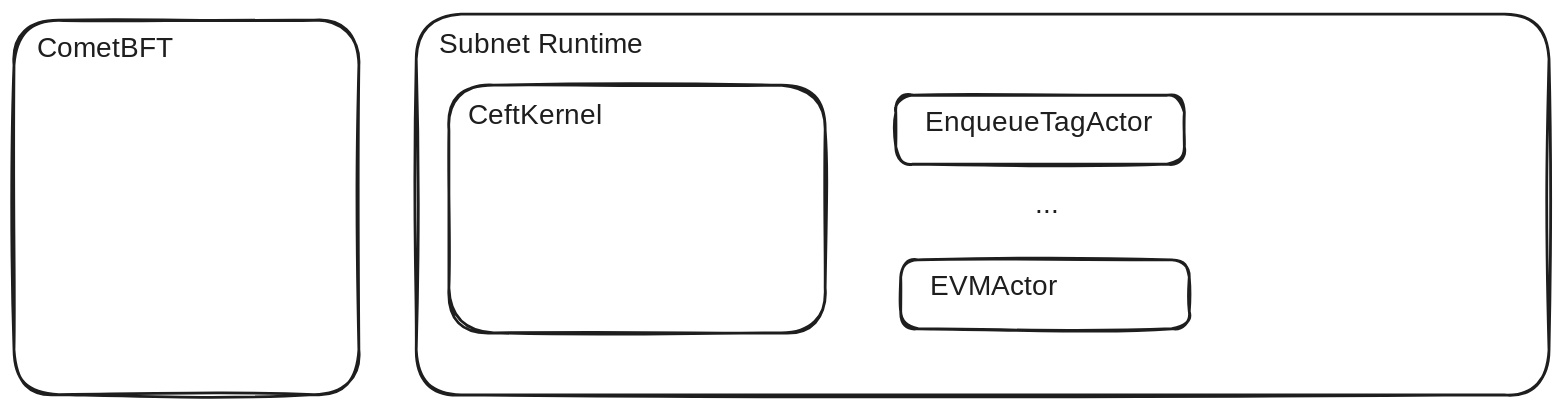
Above: CETF-Docs/arch.excalidraw.svg in consensus-shipyard/ipc (Excalidraw), before the change. Source tidied: one line per element, renumbered; positions are measured from the earlier drawing's top-left corner, leaving out a move shared by most shapes. The source it was exported from:
```json
{"id": 0, "type": "rectangle", "strokeColor": "#1e1e1e", "strokeWidth": 2, "roughness": 1, "round": true, "x": 311, "y": 51, "width": 269, "height": 177}
{"id": 1, "type": "text", "text": "CeftKernel", "strokeColor": "#1e1e1e", "strokeWidth": 2, "roughness": 1, "fontSize": 20, "fontFamily": 1, "x": 325, "y": 61, "width": 102, "height": 25}
{"id": 2, "type": "rectangle", "strokeColor": "#1e1e1e", "strokeWidth": 2, "roughness": 1, "round": true, "x": 630, "y": 58, "width": 206, "height": 49}
{"id": 3, "type": "text", "text": "EnqueueTagActor", "strokeColor": "#1e1e1e", "strokeWidth": 2, "roughness": 1, "fontSize": 20, "fontFamily": 1, "x": 651, "y": 66, "width": 172, "height": 25}
{"id": 4, "type": "text", "text": "...\n", "strokeColor": "#1e1e1e", "strokeWidth": 2, "roughness": 1, "fontSize": 20, "fontFamily": 1, "x": 729, "y": 125, "width": 16, "height": 50}
{"id": 5, "type": "rectangle", "strokeColor": "#1e1e1e", "strokeWidth": 2, "roughness": 1, "round": true, "x": 633, "y": 176, "width": 206, "height": 49}
{"id": 6, "type": "text", "text": "EVMActor", "strokeColor": "#1e1e1e", "strokeWidth": 2, "roughness": 1, "fontSize": 20, "fontFamily": 1, "x": 654, "y": 183, "width": 93, "height": 25}
{"id": 7, "type": "rectangle", "strokeColor": "#1e1e1e", "strokeWidth": 2, "roughness": 1, "round": true, "x": 287, "y": 0, "width": 809, "height": 272}
{"id": 8, "type": "text", "text": "Subnet Runtime", "strokeColor": "#1e1e1e", "strokeWidth": 2, "roughness": 1, "fontSize": 20, "fontFamily": 1, "x": 304, "y": 10, "width": 149, "height": 25}
{"id": 9, "type": "rectangle", "strokeColor": "#1e1e1e", "strokeWidth": 2, "roughness": 1, "round": true, "x": 0, "y": 4, "width": 246, "height": 267}
{"id": 10, "type": "text", "text": "CometBFT", "strokeColor": "#1e1e1e", "strokeWidth": 2, "roughness": 1, "fontSize": 20, "fontFamily": 1, "x": 17, "y": 13, "width": 101, "height": 25}
```
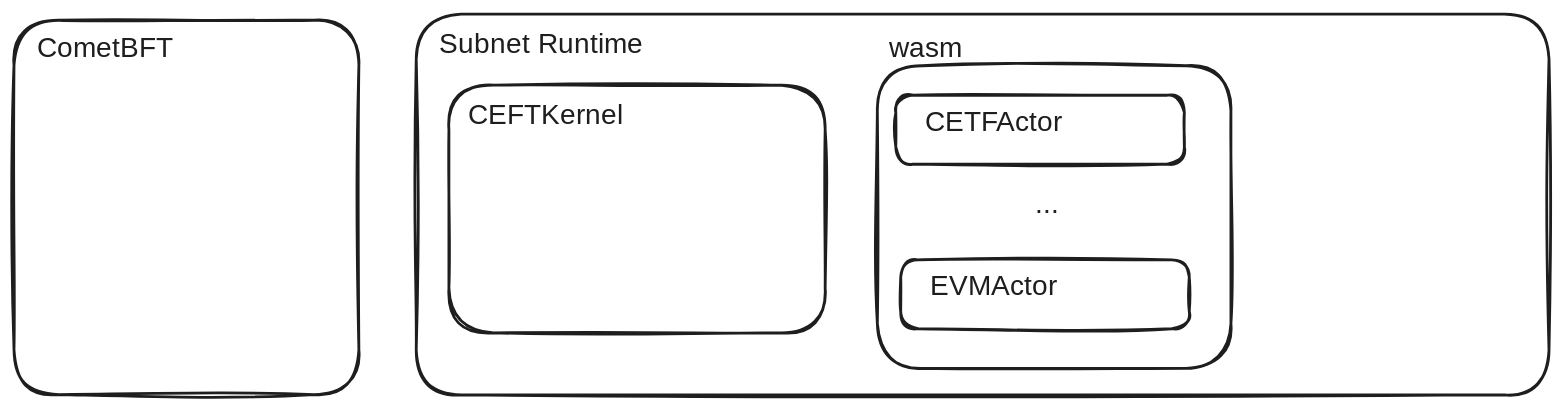
Later version of the same file.

Commit message:
add arch diagram

What changed in the source:
```diff
@@ -1,7 +1,7 @@
 {"id": 0, "type": "rectangle", "strokeColor": "#1e1e1e", "strokeWidth": 2, "roughness": 1, "round": true, "x": 311, "y": 51, "width": 269, "height": 177}
-{"id": 1, "type": "text", "text": "CeftKernel", "strokeColor": "#1e1e1e", "strokeWidth": 2, "roughness": 1, "fontSize": 20, "fontFamily": 1, "x": 325, "y": 61, "width": 102, "height": 25}
+{"id": 1, "type": "text", "text": "CEFTKernel", "strokeColor": "#1e1e1e", "strokeWidth": 2, "roughness": 1, "fontSize": 20, "fontFamily": 1, "x": 325, "y": 61, "width": 111, "height": 25}
 {"id": 2, "type": "rectangle", "strokeColor": "#1e1e1e", "strokeWidth": 2, "roughness": 1, "round": true, "x": 630, "y": 58, "width": 206, "height": 49}
-{"id": 3, "type": "text", "text": "EnqueueTagActor", "strokeColor": "#1e1e1e", "strokeWidth": 2, "roughness": 1, "fontSize": 20, "fontFamily": 1, "x": 651, "y": 66, "width": 172, "height": 25}
+{"id": 3, "type": "text", "text": "CETFActor", "strokeColor": "#1e1e1e", "strokeWidth": 2, "roughness": 1, "fontSize": 20, "fontFamily": 1, "x": 651, "y": 66, "width": 108, "height": 25}
 {"id": 4, "type": "text", "text": "...\n", "strokeColor": "#1e1e1e", "strokeWidth": 2, "roughness": 1, "fontSize": 20, "fontFamily": 1, "x": 729, "y": 125, "width": 16, "height": 50}
 {"id": 5, "type": "rectangle", "strokeColor": "#1e1e1e", "strokeWidth": 2, "roughness": 1, "round": true, "x": 633, "y": 176, "width": 206, "height": 49}
 {"id": 6, "type": "text", "text": "EVMActor", "strokeColor": "#1e1e1e", "strokeWidth": 2, "roughness": 1, "fontSize": 20, "fontFamily": 1, "x": 654, "y": 183, "width": 93, "height": 25}
@@ -9,3 +9,5 @@
 {"id": 8, "type": "text", "text": "Subnet Runtime", "strokeColor": "#1e1e1e", "strokeWidth": 2, "roughness": 1, "fontSize": 20, "fontFamily": 1, "x": 304, "y": 10, "width": 149, "height": 25}
 {"id": 9, "type": "rectangle", "strokeColor": "#1e1e1e", "strokeWidth": 2, "roughness": 1, "round": true, "x": 0, "y": 4, "width": 246, "height": 267}
 {"id": 10, "type": "text", "text": "CometBFT", "strokeColor": "#1e1e1e", "strokeWidth": 2, "roughness": 1, "fontSize": 20, "fontFamily": 1, "x": 17, "y": 13, "width": 101, "height": 25}
+{"id": 11, "type": "rectangle", "strokeColor": "#1e1e1e", "strokeWidth": 2, "roughness": 1, "round": true, "x": 617, "y": 37, "width": 253, "height": 216}
+{"id": 12, "type": "text", "text": "wasm", "strokeColor": "#1e1e1e", "strokeWidth": 2, "roughness": 1, "fontSize": 20, "fontFamily": 1, "x": 625, "y": 13, "width": 49, "height": 25}
```
